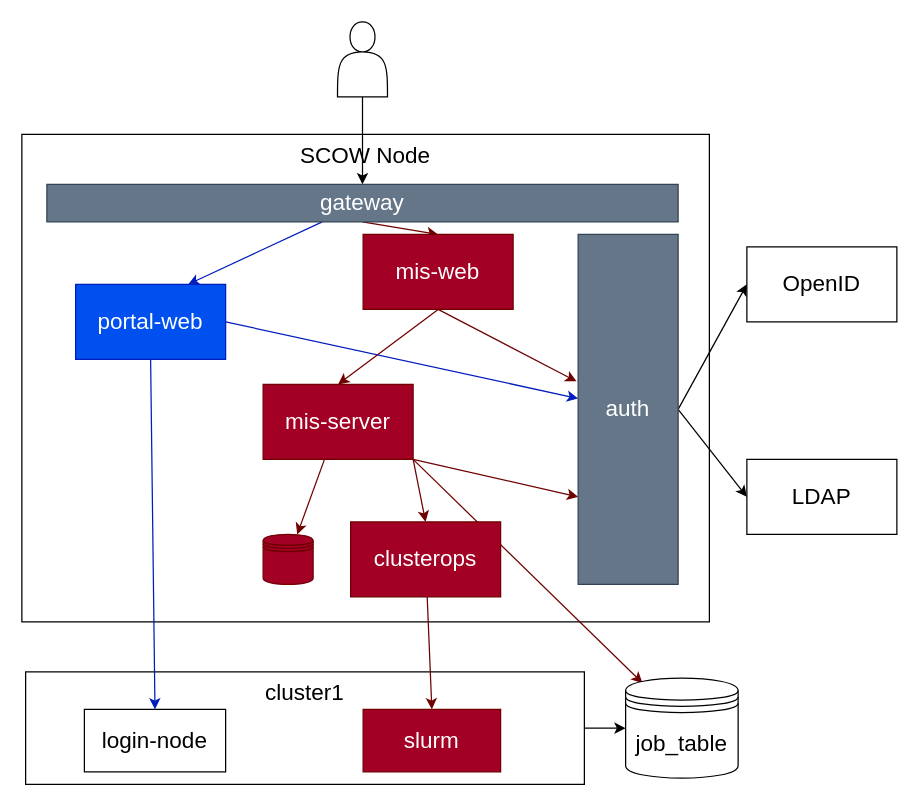
Before: docs/diagrams/architecture.dio in PKUHPC/OpenSCOW, a draw.io diagram. Source tidied: cells renumbered, new cells numbered last; positions are measured from the earlier drawing's top-left corner, leaving out a move shared by most shapes. Both pictures are drawn from the tidied source at 125%, with x=0, y=0 at pixel (21, 21).
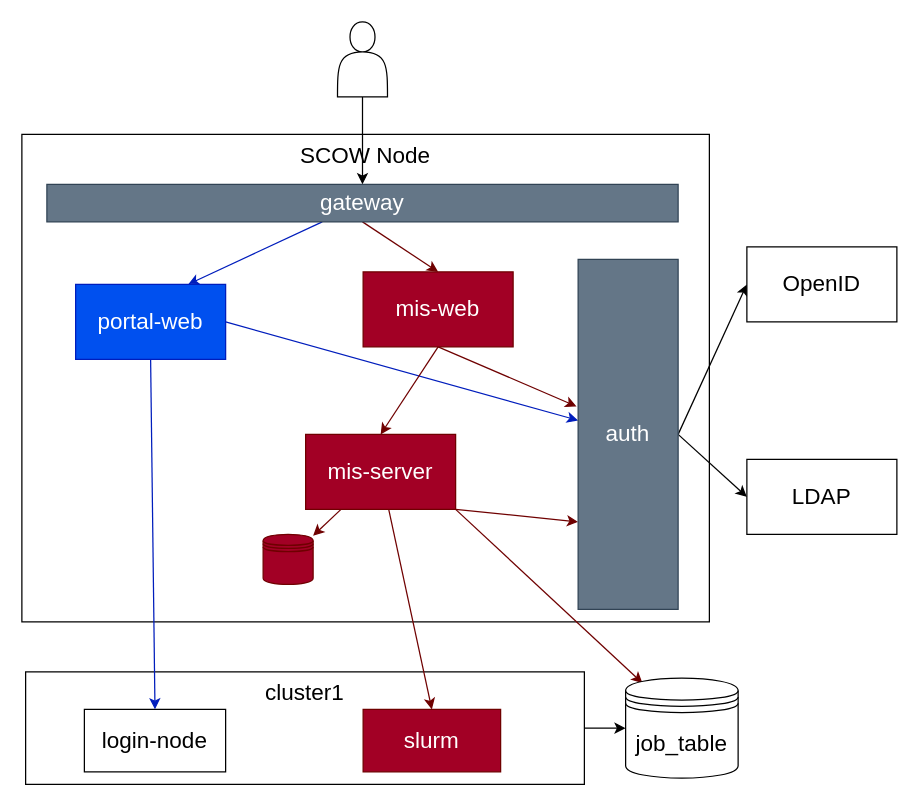
The same page after the edit.

The change refers to these unchanged cells:
```xml
<mxCell id="29" value="slurm" style="rounded=0;whiteSpace=wrap;html=1;fontSize=18;fillColor=#a20025;fontColor=#ffffff;strokeColor=#6F0000;labelBackgroundColor=none;" parent="1" vertex="1">
  <mxGeometry x="273" y="550" width="110" height="50" as="geometry" />
</mxCell>
```

The edit, as a diff of the source:
```diff
@@
-    <mxCell id="15" style="edgeStyle=none;html=1;entryX=0.5;entryY=0;entryDx=0;entryDy=0;fontSize=18;fillColor=#a20025;strokeColor=#6F0000;exitX=1;exitY=1;exitDx=0;exitDy=0;labelBackgroundColor=none;" parent="1" edge="1" source="17" target="22">
-      <mxGeometry relative="1" as="geometry" />
-    </mxCell>
@@
     <mxCell id="17" value="&lt;span style=&quot;font-size: 18px&quot;&gt;mis-server&lt;br&gt;&lt;/span&gt;" style="whiteSpace=wrap;html=1;fillColor=#a20025;fontColor=#ffffff;strokeColor=#6F0000;labelBackgroundColor=none;" parent="1" vertex="1">
-      <mxGeometry x="193" y="290" width="120" height="60" as="geometry" />
+      <mxGeometry x="227" y="330" width="120" height="60" as="geometry" />
     </mxCell>
@@
     <mxCell id="20" value="auth" style="whiteSpace=wrap;html=1;fontSize=18;fillColor=#647687;fontColor=#ffffff;strokeColor=#314354;labelBackgroundColor=none;" parent="1" vertex="1">
-      <mxGeometry x="445" y="170" width="80" height="280" as="geometry" />
+      <mxGeometry x="445" y="190" width="80" height="280" as="geometry" />
     </mxCell>
@@
-    <mxCell id="22" value="clusterops" style="whiteSpace=wrap;html=1;fontSize=18;fillColor=#a20025;fontColor=#ffffff;strokeColor=#6F0000;labelBackgroundColor=none;" parent="1" vertex="1">
-      <mxGeometry x="263" y="400" width="120" height="60" as="geometry" />
-    </mxCell>
@@
     <mxCell id="27" value="mis-web" style="whiteSpace=wrap;html=1;fontSize=18;fillColor=#a20025;fontColor=#ffffff;strokeColor=#6F0000;labelBackgroundColor=none;" parent="1" vertex="1">
-      <mxGeometry x="273" y="170" width="120" height="60" as="geometry" />
+      <mxGeometry x="273" y="200" width="120" height="60" as="geometry" />
     </mxCell>
@@
-    <mxCell id="30" style="edgeStyle=none;html=1;fontSize=18;entryX=0.5;entryY=0;entryDx=0;entryDy=0;fillColor=#a20025;strokeColor=#6F0000;labelBackgroundColor=none;" parent="1" edge="1" source="22" target="29">
+    <mxCell id="30" style="edgeStyle=none;html=1;fontSize=18;entryX=0.5;entryY=0;entryDx=0;entryDy=0;fillColor=#a20025;strokeColor=#6F0000;labelBackgroundColor=none;" parent="1" edge="1" source="17" target="29">
       <mxGeometry relative="1" as="geometry" />
     </mxCell>
```
